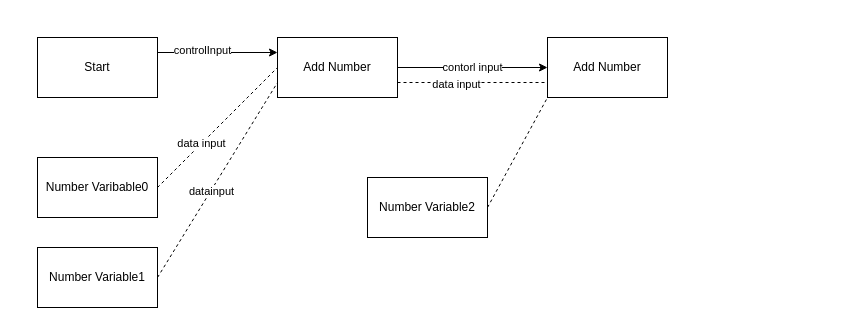
ArrowAI/ArrowAgents keeps this draw.io diagram as page "flow" (3 of 3) of agentserver/random/flow.drawio. Above is the earlier version. Source tidied: cells renumbered, new cells numbered last; positions are measured from the earlier drawing's top-left corner, leaving out a move shared by most shapes. Both pictures are drawn from the tidied source at 100%, with x=0, y=0 at pixel (37, 37).
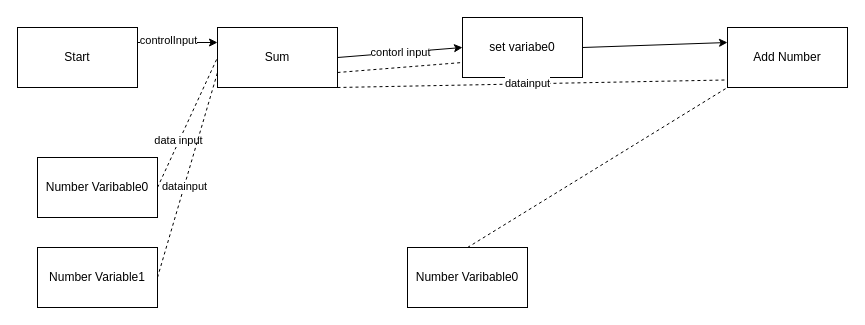
The same page after the edit.

Commit message (it also covers changes not shown here):
set variable node added

Diff of the diagram source:
```diff
@@
     <mxCell id="4" value="Start" style="rounded=0;whiteSpace=wrap;html=1;" parent="1" vertex="1">
-      <mxGeometry width="120" height="60" as="geometry" />
+      <mxGeometry x="-20" y="-10" width="120" height="60" as="geometry" />
     </mxCell>
-    <mxCell id="5" value="contorl input" style="edgeStyle=none;html=1;exitX=1;exitY=0.5;exitDx=0;exitDy=0;" parent="1" edge="1" source="6" target="13">
+    <mxCell id="5" value="contorl input" style="edgeStyle=none;html=1;exitX=1;exitY=0.5;exitDx=0;exitDy=0;entryX=0;entryY=0.5;entryDx=0;entryDy=0;" parent="1" edge="1" source="6" target="21">
       <mxGeometry relative="1" as="geometry" />
     </mxCell>
-    <mxCell id="6" value="Add Number" style="rounded=0;whiteSpace=wrap;html=1;" parent="1" vertex="1">
-      <mxGeometry x="240" width="120" height="60" as="geometry" />
+    <mxCell id="6" value="Sum" style="rounded=0;whiteSpace=wrap;html=1;" parent="1" vertex="1">
+      <mxGeometry x="180" y="-10" width="120" height="60" as="geometry" />
     </mxCell>
@@
     <mxCell id="13" value="Add Number" style="rounded=0;whiteSpace=wrap;html=1;" parent="1" vertex="1">
-      <mxGeometry x="510" width="120" height="60" as="geometry" />
+      <mxGeometry x="690" y="-10" width="120" height="60" as="geometry" />
     </mxCell>
+    <mxCell id="18" value="Number Varibable0" style="rounded=0;whiteSpace=wrap;html=1;" parent="1" vertex="1">
+      <mxGeometry x="370" y="210" width="120" height="60" as="geometry" />
+    </mxCell>
+    <mxCell id="19" style="endArrow=none;dashed=1;html=1;exitX=0.5;exitY=0;exitDx=0;exitDy=0;entryX=0;entryY=1;entryDx=0;entryDy=0;" parent="1" edge="1" source="18" target="13">
+      <mxGeometry relative="1" as="geometry" />
+    </mxCell>
+    <mxCell id="20" style="edgeStyle=none;html=1;exitX=1;exitY=0.5;exitDx=0;exitDy=0;entryX=0;entryY=0.25;entryDx=0;entryDy=0;" parent="1" edge="1" source="21" target="13">
+      <mxGeometry relative="1" as="geometry" />
+    </mxCell>
+    <mxCell id="21" value="set variabe0&lt;br&gt;" style="rounded=0;whiteSpace=wrap;html=1;" parent="1" vertex="1">
+      <mxGeometry x="425" y="-20" width="120" height="60" as="geometry" />
+    </mxCell>
-    <mxCell id="14" style="endArrow=none;dashed=1;html=1;entryX=0;entryY=0.75;entryDx=0;entryDy=0;exitX=1;exitY=0.75;exitDx=0;exitDy=0;" parent="1" edge="1" source="6" target="13">
+    <mxCell id="14" style="endArrow=none;dashed=1;html=1;exitX=1;exitY=1;exitDx=0;exitDy=0;entryX=-0.014;entryY=0.875;entryDx=0;entryDy=0;entryPerimeter=0;" parent="1" edge="1" source="6" target="13">
       <mxGeometry relative="1" as="geometry" />
     </mxCell>
-    <mxCell id="15" value="data input" style="edgeLabel;html=1;align=center;verticalAlign=middle;" parent="14" vertex="1">
-      <mxGeometry x="-0.23" y="-1" relative="1" as="geometry" />
-    </mxCell>
-    <mxCell id="16" value="Number Variable2" style="rounded=0;whiteSpace=wrap;html=1;" parent="1" vertex="1">
-      <mxGeometry x="330" y="140" width="120" height="60" as="geometry" />
-    </mxCell>
-    <mxCell id="17" style="endArrow=none;dashed=1;html=1;exitX=1;exitY=0.5;exitDx=0;exitDy=0;entryX=0;entryY=1;entryDx=0;entryDy=0;" parent="1" edge="1" source="16" target="13">
-      <mxGeometry relative="1" as="geometry" />
-    </mxCell>
+    <mxCell id="22" value="datainput&lt;br&gt;" style="edgeLabel;html=1;align=center;verticalAlign=middle;" parent="14" vertex="1">
+      <mxGeometry x="-0.02" y="1" relative="1" as="geometry" />
+    </mxCell>
+    <mxCell id="23" style="endArrow=none;dashed=1;html=1;exitX=1;exitY=0.75;exitDx=0;exitDy=0;entryX=0;entryY=0.75;entryDx=0;entryDy=0;" parent="1" edge="1" source="6" target="21">
+      <mxGeometry relative="1" as="geometry" />
+    </mxCell>
```
